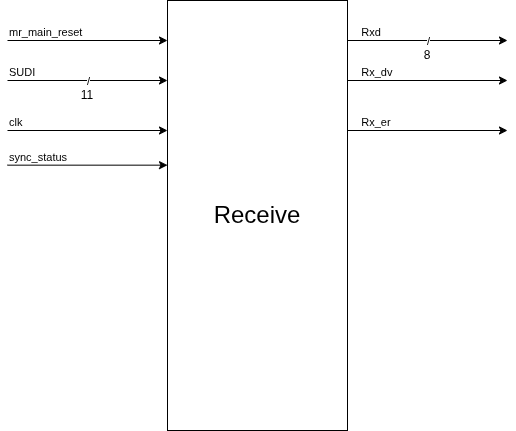
This is docs/images/receive_block.png from dan1elsaenz/ie0523-proyecto, a draw.io export, as it was before one commit. Source tidied: cells renumbered, new cells last; positions are measured from the earlier drawing's top-left corner, leaving out a move shared by most shapes.
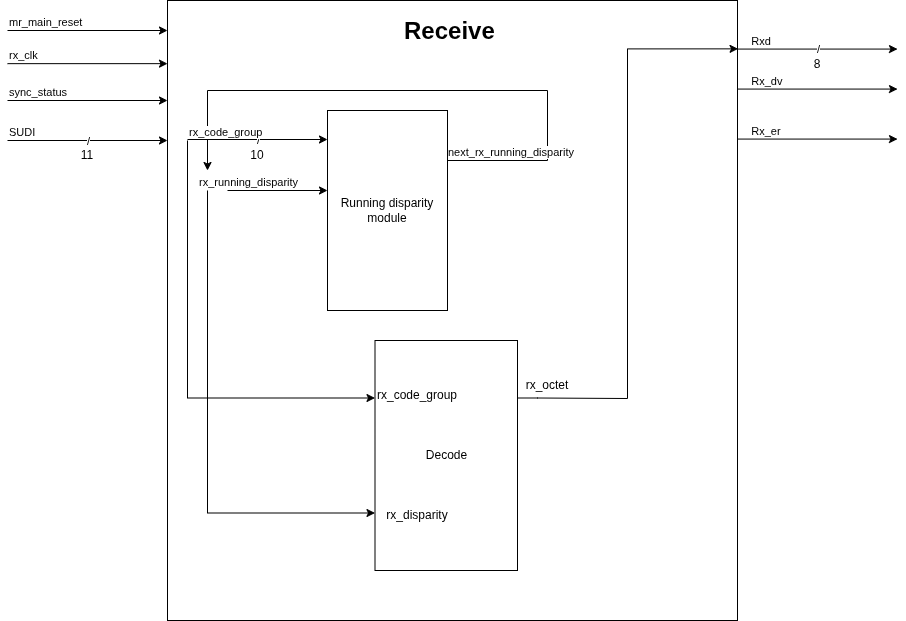
The same diagram one commit later.

Change to the diagram source:
```diff
@@ -2,13 +2,13 @@
   <root>
     <mxCell id="0" />
     <mxCell id="1" parent="0" />
-    <mxCell id="2" value="&lt;font style=&quot;font-size: 24px;&quot;&gt;Receive&lt;/font&gt;" style="rounded=0;whiteSpace=wrap;html=1;" parent="1" vertex="1">
-      <mxGeometry x="160" width="180" height="430" as="geometry" />
+    <mxCell id="2" style="rounded=0;whiteSpace=wrap;html=1;" parent="1" vertex="1">
+      <mxGeometry x="80" y="-120" width="570" height="620" as="geometry" />
     </mxCell>
     <mxCell id="3" style="endArrow=classic;html=1;rounded=0;" parent="1" edge="1">
       <mxGeometry relative="1" as="geometry">
-        <mxPoint x="340" y="40" as="sourcePoint" />
-        <mxPoint x="500" y="40" as="targetPoint" />
+        <mxPoint x="650" y="-71.4" as="sourcePoint" />
+        <mxPoint x="810" y="-71.4" as="targetPoint" />
       </mxGeometry>
     </mxCell>
     <mxCell id="4" value="/" style="edgeLabel;html=1;align=center;verticalAlign=middle;" parent="3" vertex="1">
@@ -18,12 +18,12 @@
       <mxGeometry x="-1" relative="1" as="geometry" />
     </mxCell>
     <mxCell id="6" value="8" style="text;html=1;whiteSpace=wrap;strokeColor=none;fillColor=none;align=center;verticalAlign=middle;rounded=0;" parent="1" vertex="1">
-      <mxGeometry x="390" y="40" width="60" height="30" as="geometry" />
+      <mxGeometry x="700" y="-71.4" width="60" height="30" as="geometry" />
     </mxCell>
     <mxCell id="7" style="endArrow=classic;html=1;rounded=0;" parent="1" edge="1">
       <mxGeometry relative="1" as="geometry">
-        <mxPoint x="340" y="80" as="sourcePoint" />
-        <mxPoint x="500" y="80" as="targetPoint" />
+        <mxPoint x="650" y="-31.4" as="sourcePoint" />
+        <mxPoint x="810" y="-31.4" as="targetPoint" />
       </mxGeometry>
     </mxCell>
     <mxCell id="8" value="&amp;nbsp; &amp;nbsp; Rx_dv" style="edgeLabel;html=1;align=left;verticalAlign=bottom;" parent="7" vertex="1">
@@ -31,8 +31,8 @@
     </mxCell>
     <mxCell id="9" style="endArrow=classic;html=1;rounded=0;" parent="1" edge="1">
       <mxGeometry relative="1" as="geometry">
-        <mxPoint x="340" y="130" as="sourcePoint" />
-        <mxPoint x="500" y="130" as="targetPoint" />
+        <mxPoint x="650" y="18.6" as="sourcePoint" />
+        <mxPoint x="810" y="18.6" as="targetPoint" />
       </mxGeometry>
     </mxCell>
     <mxCell id="10" value="&amp;nbsp; &amp;nbsp; Rx_er" style="edgeLabel;html=1;align=left;verticalAlign=bottom;" parent="9" vertex="1">
@@ -40,8 +40,8 @@
     </mxCell>
     <mxCell id="11" style="endArrow=classic;html=1;rounded=0;" parent="1" edge="1">
       <mxGeometry relative="1" as="geometry">
-        <mxPoint y="40" as="sourcePoint" />
-        <mxPoint x="160" y="40" as="targetPoint" />
+        <mxPoint x="-80" y="-90" as="sourcePoint" />
+        <mxPoint x="80" y="-90" as="targetPoint" />
       </mxGeometry>
     </mxCell>
     <mxCell id="12" value="mr_main_reset" style="edgeLabel;html=1;align=left;verticalAlign=bottom;" parent="11" vertex="1">
@@ -49,8 +49,8 @@
     </mxCell>
     <mxCell id="13" style="endArrow=classic;html=1;rounded=0;" parent="1" edge="1">
       <mxGeometry relative="1" as="geometry">
-        <mxPoint y="80" as="sourcePoint" />
-        <mxPoint x="160" y="80" as="targetPoint" />
+        <mxPoint x="-80" y="20" as="sourcePoint" />
+        <mxPoint x="80" y="20" as="targetPoint" />
       </mxGeometry>
     </mxCell>
     <mxCell id="14" value="/" style="edgeLabel;html=1;align=center;verticalAlign=middle;" parent="13" vertex="1">
@@ -60,25 +60,108 @@
       <mxGeometry x="-1" relative="1" as="geometry" />
     </mxCell>
     <mxCell id="16" value="11" style="text;html=1;whiteSpace=wrap;strokeColor=none;fillColor=none;align=center;verticalAlign=middle;rounded=0;" parent="1" vertex="1">
-      <mxGeometry x="50" y="80" width="60" height="30" as="geometry" />
+      <mxGeometry x="-30" y="20" width="60" height="30" as="geometry" />
     </mxCell>
     <mxCell id="17" style="endArrow=classic;html=1;rounded=0;" parent="1" edge="1">
       <mxGeometry relative="1" as="geometry">
-        <mxPoint y="130" as="sourcePoint" />
-        <mxPoint x="160" y="130" as="targetPoint" />
+        <mxPoint x="-80" y="-56.8" as="sourcePoint" />
+        <mxPoint x="80" y="-56.8" as="targetPoint" />
       </mxGeometry>
     </mxCell>
-    <mxCell id="18" value="clk" style="edgeLabel;html=1;align=left;verticalAlign=bottom;" parent="17" vertex="1">
+    <mxCell id="18" value="rx_clk" style="edgeLabel;html=1;align=left;verticalAlign=bottom;" parent="17" vertex="1">
       <mxGeometry x="-1" relative="1" as="geometry" />
     </mxCell>
     <mxCell id="19" style="endArrow=classic;html=1;rounded=0;" parent="1" edge="1">
       <mxGeometry relative="1" as="geometry">
-        <mxPoint y="164.7" as="sourcePoint" />
-        <mxPoint x="160" y="164.7" as="targetPoint" />
+        <mxPoint x="-80" y="-20" as="sourcePoint" />
+        <mxPoint x="80" y="-20" as="targetPoint" />
       </mxGeometry>
     </mxCell>
     <mxCell id="20" value="sync_status" style="edgeLabel;html=1;align=left;verticalAlign=bottom;" parent="19" vertex="1">
       <mxGeometry x="-1" relative="1" as="geometry" />
     </mxCell>
+    <mxCell id="21" value="&lt;h1 style=&quot;margin-top: 0px;&quot;&gt;Receive&lt;/h1&gt;" style="text;html=1;whiteSpace=wrap;overflow=hidden;rounded=0;" parent="1" vertex="1">
+      <mxGeometry x="315" y="-110" width="100" height="40" as="geometry" />
+    </mxCell>
+    <mxCell id="22" style="edgeStyle=orthogonalEdgeStyle;rounded=0;jettySize=auto;html=1;exitX=1;exitY=0.25;exitDx=0;exitDy=0;" parent="1" edge="1" source="23">
+      <mxGeometry relative="1" as="geometry">
+        <mxPoint x="120" y="50" as="targetPoint" />
+        <Array as="points">
+          <mxPoint x="460" y="40" />
+          <mxPoint x="460" y="-30" />
+          <mxPoint x="120" y="-30" />
+          <mxPoint x="120" y="50" />
+        </Array>
+      </mxGeometry>
+    </mxCell>
+    <mxCell id="23" value="Running disparity module" style="rounded=0;whiteSpace=wrap;html=1;" parent="1" vertex="1">
+      <mxGeometry x="240" y="-10" width="120" height="200" as="geometry" />
+    </mxCell>
+    <mxCell id="24" style="endArrow=classic;html=1;rounded=0;" parent="1" edge="1">
+      <mxGeometry relative="1" as="geometry">
+        <mxPoint x="100" y="19" as="sourcePoint" />
+        <mxPoint x="240" y="19" as="targetPoint" />
+      </mxGeometry>
+    </mxCell>
+    <mxCell id="25" value="/" style="edgeLabel;html=1;align=center;verticalAlign=middle;" parent="24" vertex="1">
+      <mxGeometry relative="1" as="geometry" />
+    </mxCell>
+    <mxCell id="26" value="rx_code_group" style="edgeLabel;html=1;align=left;verticalAlign=bottom;" parent="24" vertex="1">
+      <mxGeometry x="-1" relative="1" as="geometry">
+        <mxPoint y="1" as="offset" />
+      </mxGeometry>
+    </mxCell>
+    <mxCell id="27" value="10" style="text;html=1;whiteSpace=wrap;strokeColor=none;fillColor=none;align=center;verticalAlign=middle;rounded=0;" parent="1" vertex="1">
+      <mxGeometry x="140" y="20" width="60" height="30" as="geometry" />
+    </mxCell>
+    <mxCell id="28" style="endArrow=classic;html=1;rounded=0;" parent="1" edge="1">
+      <mxGeometry relative="1" as="geometry">
+        <mxPoint x="140" y="70" as="sourcePoint" />
+        <mxPoint x="240" y="70" as="targetPoint" />
+      </mxGeometry>
+    </mxCell>
+    <mxCell id="29" value="rx_running_disparity" style="edgeLabel;html=1;align=left;verticalAlign=bottom;" parent="28" vertex="1">
+      <mxGeometry x="-1" relative="1" as="geometry">
+        <mxPoint x="-30" as="offset" />
+      </mxGeometry>
+    </mxCell>
+    <mxCell id="30" value="next_rx_running_disparity" style="edgeLabel;html=1;align=left;verticalAlign=bottom;" parent="1" vertex="1">
+      <mxGeometry x="358.8" y="40" as="geometry" />
+    </mxCell>
+    <mxCell id="31" style="edgeStyle=orthogonalEdgeStyle;rounded=0;jettySize=auto;html=1;exitX=0;exitY=0.75;exitDx=0;exitDy=0;startArrow=classic;startFill=1;endArrow=none;endFill=0;" parent="1" edge="1" source="33">
+      <mxGeometry relative="1" as="geometry">
+        <mxPoint x="120" y="70" as="targetPoint" />
+      </mxGeometry>
+    </mxCell>
+    <mxCell id="32" style="edgeStyle=orthogonalEdgeStyle;rounded=0;jettySize=auto;html=1;exitX=0;exitY=0.25;exitDx=0;exitDy=0;startArrow=classic;startFill=1;endArrow=none;endFill=0;" parent="1" edge="1" source="33">
+      <mxGeometry relative="1" as="geometry">
+        <mxPoint x="100" y="20" as="targetPoint" />
+        <Array as="points">
+          <mxPoint x="100" y="278" />
+          <mxPoint x="100" y="20" />
+        </Array>
+      </mxGeometry>
+    </mxCell>
+    <mxCell id="33" value="Decode" style="rounded=0;whiteSpace=wrap;html=1;" parent="1" vertex="1">
+      <mxGeometry x="287.5" y="220" width="142.5" height="230" as="geometry" />
+    </mxCell>
+    <mxCell id="34" value="rx_disparity" style="text;html=1;whiteSpace=wrap;strokeColor=none;fillColor=none;align=center;verticalAlign=middle;rounded=0;" parent="1" vertex="1">
+      <mxGeometry x="300" y="380" width="60" height="30" as="geometry" />
+    </mxCell>
+    <mxCell id="35" value="rx_code_group" style="text;html=1;whiteSpace=wrap;strokeColor=none;fillColor=none;align=center;verticalAlign=middle;rounded=0;" parent="1" vertex="1">
+      <mxGeometry x="300" y="260" width="60" height="30" as="geometry" />
+    </mxCell>
+    <mxCell id="36" style="edgeStyle=orthogonalEdgeStyle;rounded=0;jettySize=auto;html=1;exitX=1;exitY=0.25;exitDx=0;exitDy=0;entryX=1.001;entryY=0.078;entryDx=0;entryDy=0;entryPerimeter=0;" parent="1" edge="1" source="33" target="2">
+      <mxGeometry relative="1" as="geometry">
+        <Array as="points">
+          <mxPoint x="450" y="278" />
+          <mxPoint x="540" y="278" />
+          <mxPoint x="540" y="-72" />
+        </Array>
+      </mxGeometry>
+    </mxCell>
+    <mxCell id="37" value="rx_octet" style="text;html=1;whiteSpace=wrap;strokeColor=none;fillColor=none;align=center;verticalAlign=middle;rounded=0;" parent="1" vertex="1">
+      <mxGeometry x="430" y="250" width="60" height="30" as="geometry" />
+    </mxCell>
   </root>
 </mxGraphModel>
```
